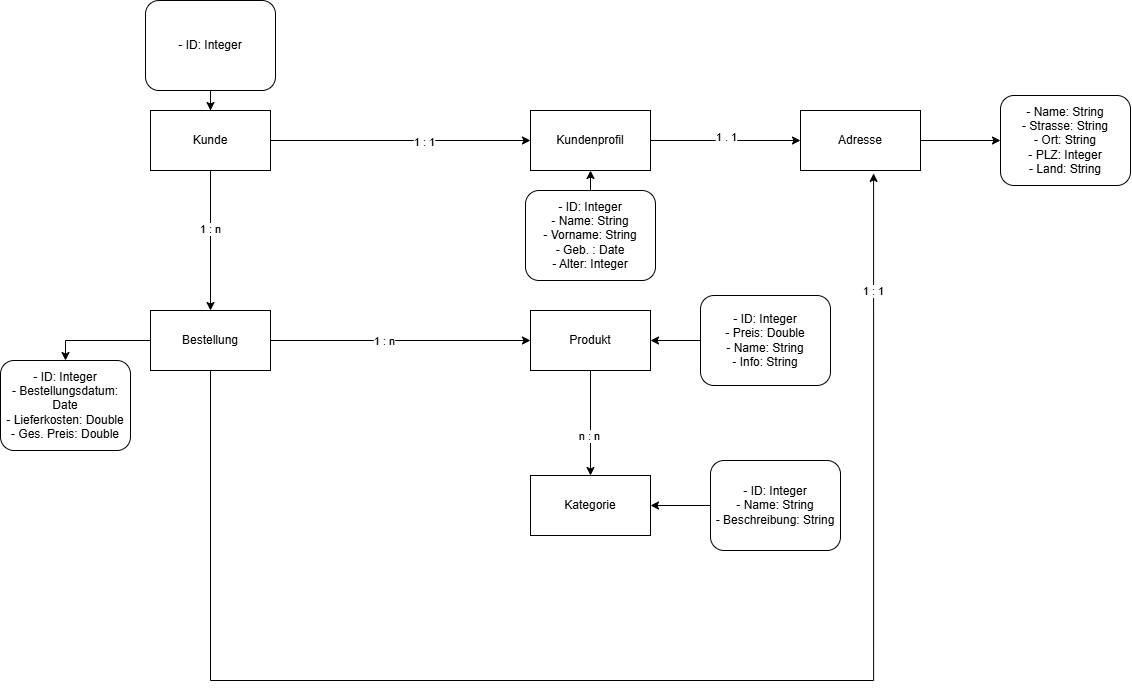
This is onlineshop-dia.png from mertdogan12/onlineshop, a draw.io export, as it was before one commit. Source tidied: cells renumbered, new cells last; positions are measured from the earlier drawing's top-left corner, leaving out a move shared by most shapes.
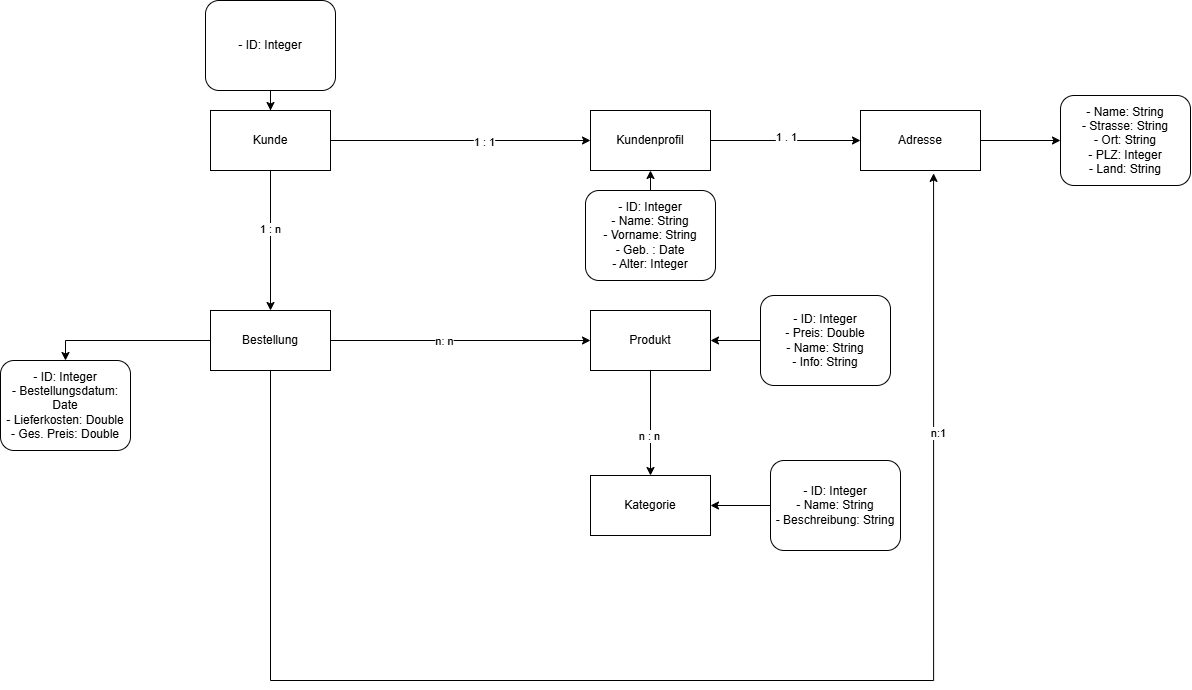
Later version of the same file.

Commit message:
Update architectural diagram

Diff of the diagram source:
```diff
@@ -41,7 +41,7 @@
     <mxCell id="14" style="edgeStyle=orthogonalEdgeStyle;rounded=0;jettySize=auto;html=1;entryX=0;entryY=0.5;entryDx=0;entryDy=0;defaultLabelBackgroundColor=page;" parent="1" edge="1" source="17" target="9">
       <mxGeometry relative="1" as="geometry" />
     </mxCell>
-    <mxCell id="15" value="1 : n" style="edgeLabel;html=1;align=center;verticalAlign=middle;inheritText=1;defaultLabelBackgroundColor=page;" parent="14" vertex="1">
+    <mxCell id="15" value="n: n" style="edgeLabel;html=1;align=center;verticalAlign=middle;inheritText=1;defaultLabelBackgroundColor=page;" parent="14" vertex="1">
       <mxGeometry x="-0.13" relative="1" as="geometry" />
     </mxCell>
     <mxCell id="16" style="edgeStyle=orthogonalEdgeStyle;rounded=0;jettySize=auto;html=1;entryX=0.5;entryY=0;entryDx=0;entryDy=0;defaultLabelBackgroundColor=page;" parent="1" edge="1" source="17" target="22">
@@ -63,7 +63,7 @@
       <mxGeometry x="145" width="130" height="90" as="geometry" />
     </mxCell>
     <mxCell id="22" value="&lt;div&gt;- ID: Integer&lt;/div&gt;&lt;div&gt;- Bestellungsdatum: Date&lt;/div&gt;&lt;div&gt;- Lieferkosten: Double&lt;/div&gt;&lt;div&gt;- Ges. Preis: Double&lt;/div&gt;" style="rounded=1;whiteSpace=wrap;html=1;roundedPerimeter=1;" parent="1" vertex="1">
-      <mxGeometry y="360" width="130" height="90" as="geometry" />
+      <mxGeometry x="-60" y="360" width="130" height="90" as="geometry" />
     </mxCell>
     <mxCell id="23" style="edgeStyle=orthogonalEdgeStyle;rounded=0;jettySize=auto;html=1;exitX=0;exitY=0.5;exitDx=0;exitDy=0;defaultLabelBackgroundColor=page;" parent="1" edge="1" source="24" target="9">
       <mxGeometry relative="1" as="geometry" />
@@ -94,8 +94,8 @@
         </Array>
       </mxGeometry>
     </mxCell>
-    <mxCell id="31" value="1 : 1" style="edgeLabel;html=1;align=center;verticalAlign=middle;inheritText=1;defaultLabelBackgroundColor=page;" parent="30" vertex="1">
-      <mxGeometry x="0.84" y="1" relative="1" as="geometry" />
-    </mxCell>
+    <mxCell id="32" value="n:1" style="edgeLabel;html=1;align=center;verticalAlign=middle;inheritText=1;defaultLabelBackgroundColor=page;" parent="30" vertex="1">
+      <mxGeometry x="0.65" y="-4" relative="1" as="geometry" />
+    </mxCell>
   </root>
 </mxGraphModel>
```
